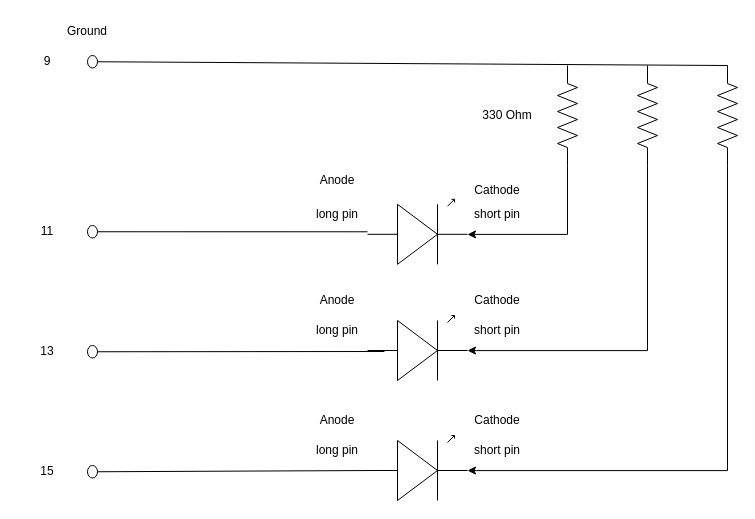
Before: sessions/session3/docs/images/pi-node-red-gpio.drawio in gallenc/COM304_FOUNDATION_1, a draw.io diagram. Source tidied: cells renumbered, new cells numbered last; positions are measured from the earlier drawing's top-left corner, leaving out a move shared by most shapes. Both pictures are drawn from the tidied source at 100%, with x=0, y=0 at pixel (17, 16).
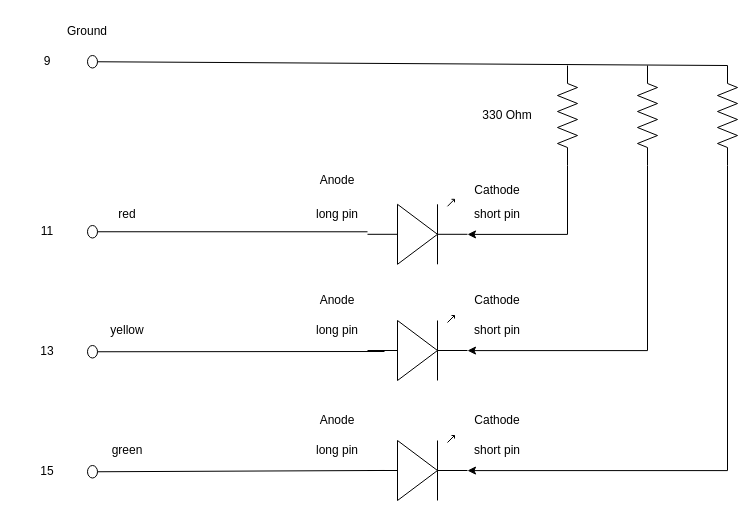
The same page after the edit.

Commit message (it also covers changes not shown here):
modified nodered diagrams

What changed in the source:
```diff
@@
+    <mxCell id="37" value="green" style="text;html=1;whiteSpace=wrap;strokeColor=none;fillColor=none;align=center;verticalAlign=middle;rounded=0;" parent="1" vertex="1">
+      <mxGeometry x="80" y="419" width="60" height="30" as="geometry" />
+    </mxCell>
+    <mxCell id="38" value="red" style="text;html=1;whiteSpace=wrap;strokeColor=none;fillColor=none;align=center;verticalAlign=middle;rounded=0;" parent="1" vertex="1">
+      <mxGeometry x="80" y="182.8" width="60" height="30" as="geometry" />
+    </mxCell>
+    <mxCell id="39" value="yellow" style="text;html=1;whiteSpace=wrap;strokeColor=none;fillColor=none;align=center;verticalAlign=middle;rounded=0;" parent="1" vertex="1">
+      <mxGeometry x="80" y="304" width="60" height="20" as="geometry" />
+    </mxCell>
```
